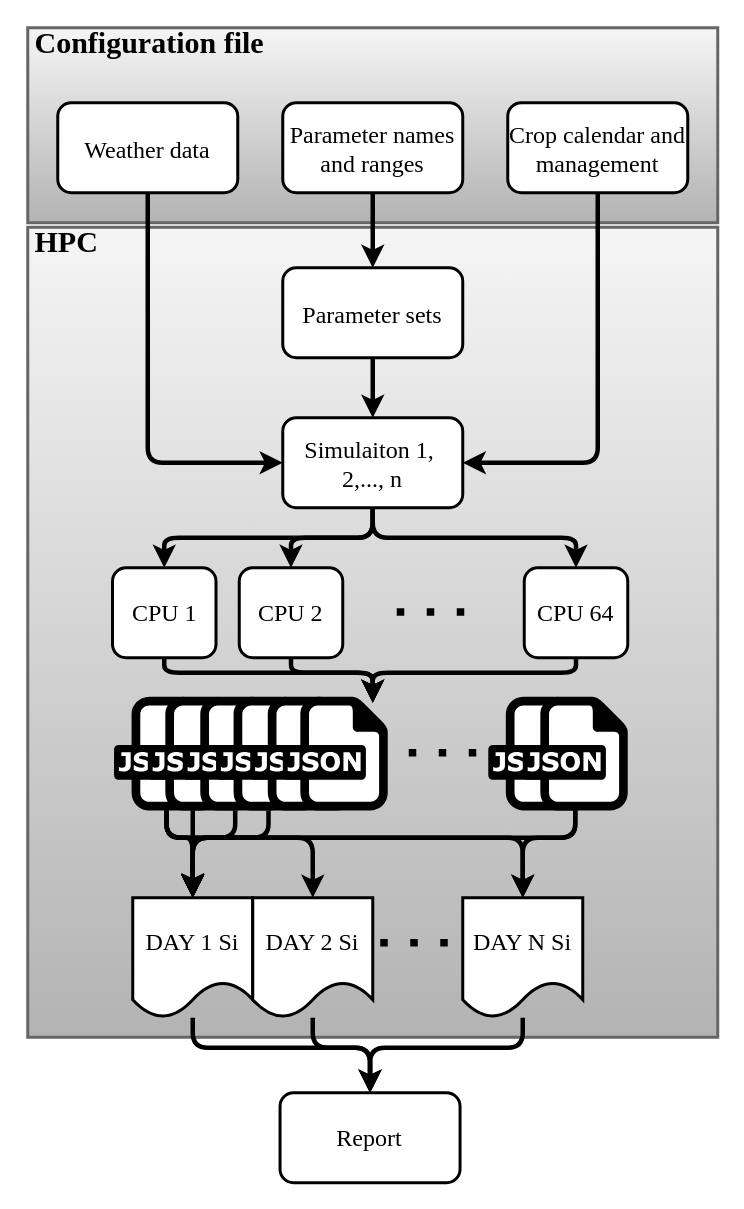
The draw.io diagram manuscript/workflow copy.drawio in frank0434/ch1_sa, before the edit. Source tidied: cells renumbered, new cells numbered last; positions are measured from the earlier drawing's top-left corner, leaving out a move shared by most shapes. Both pictures are drawn from the tidied source at 150%, with x=0, y=0 at pixel (27, 27).
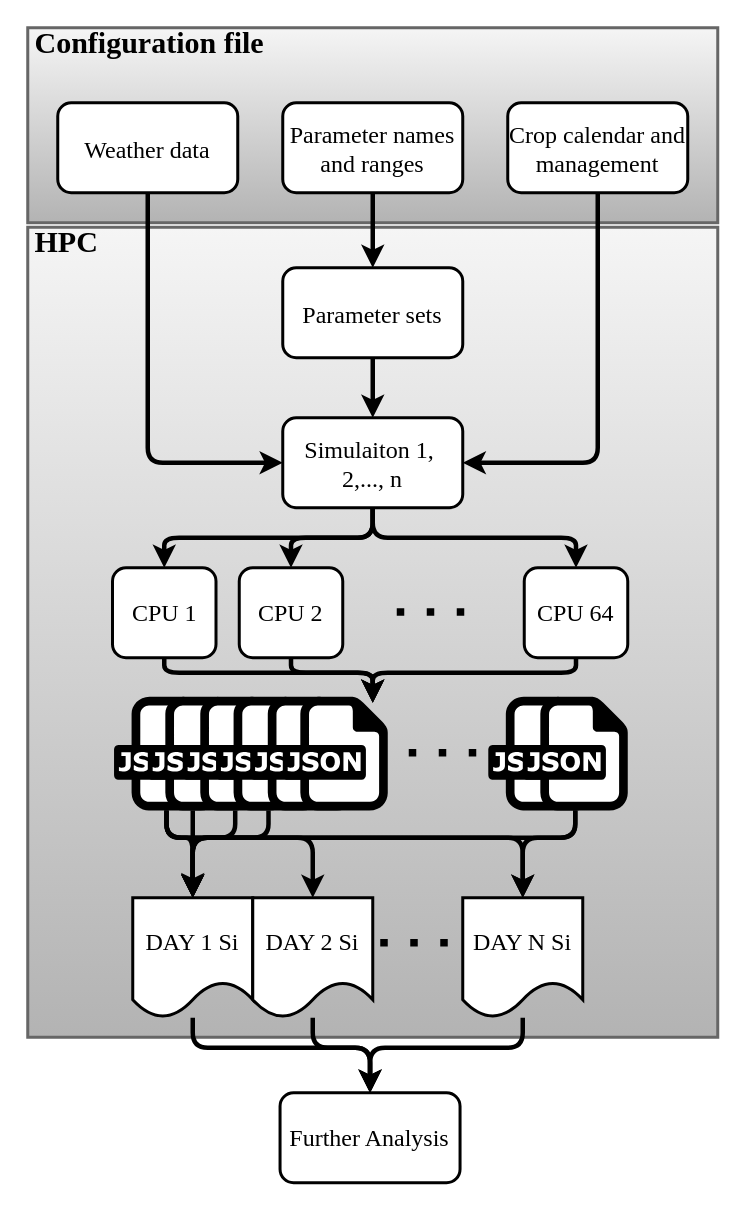
After the change.

Commit message:
minor revision on the workflow diagram

The edit, as a diff of the source:
```diff
@@
-    <mxCell id="16" value="Report" style="rounded=1;whiteSpace=wrap;html=1;strokeWidth=2;fontSize=16;fontFamily=Times New Roman;fontStyle=0;fontColor=default;" parent="1" vertex="1">
+    <mxCell id="16" value="Further Analysis" style="rounded=1;whiteSpace=wrap;html=1;strokeWidth=2;fontSize=16;fontFamily=Times New Roman;fontStyle=0;fontColor=default;" parent="1" vertex="1">
       <mxGeometry x="168.2" y="710" width="120" height="60" as="geometry" />
     </mxCell>
```
